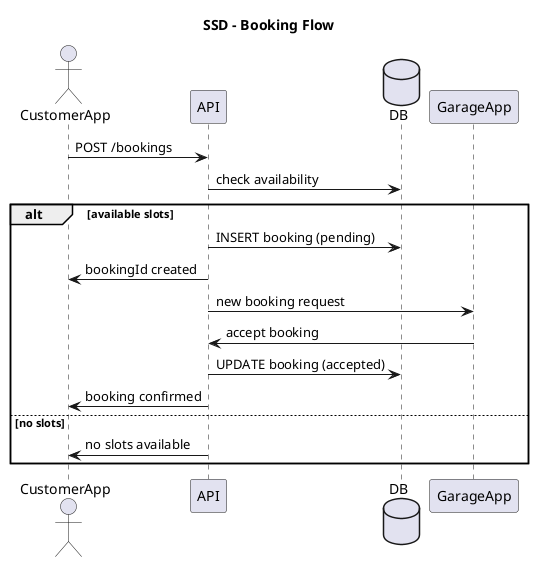
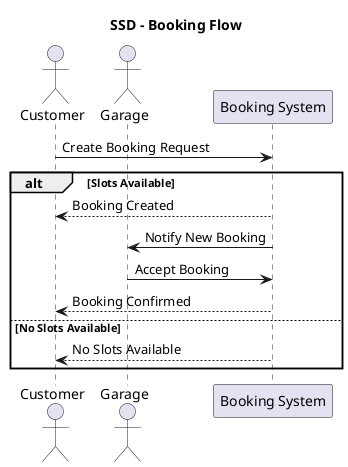
@startuml
title SSD - Booking Flow

- actor CustomerApp
- participant API
- database DB
- participant GarageApp
+ actor Customer
+ actor Garage

- CustomerApp -> API : POST /bookings
+ participant "Booking System" as System

- API -> DB : check availability
+ Customer -> System : Create Booking Request

- alt available slots
+ alt Slots Available

-     API -> DB : INSERT booking (pending)
-     API -> CustomerApp : bookingId created
+     System --> Customer : Booking Created

-     API -> GarageApp : new booking request
+     System -> Garage : Notify New Booking

-     GarageApp -> API : accept booking
+     Garage -> System : Accept Booking

-     API -> DB : UPDATE booking (accepted)
+     System --> Customer : Booking Confirmed

-     API -> CustomerApp : booking confirmed
+ else No Slots Available

- else no slots
- 
-     API -> CustomerApp : no slots available
+     System --> Customer : No Slots Available

end

- @enduml+ @enduml
